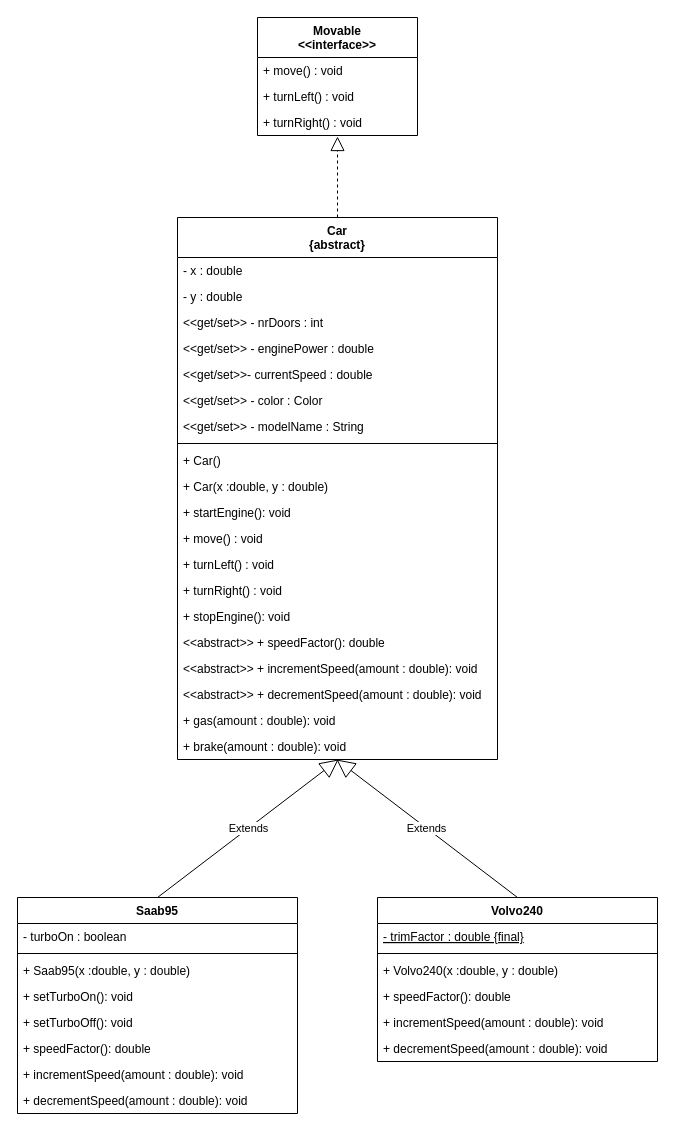
The draw.io diagram Diagram.3.drawio in EugeneDvoryankov/DIT953-lab1, before the edit. Source tidied: cells renumbered, new cells numbered last; positions are measured from the earlier drawing's top-left corner, leaving out a move shared by most shapes. Both pictures are drawn from the tidied source at 100%, with x=0, y=0 at pixel (17, 17).
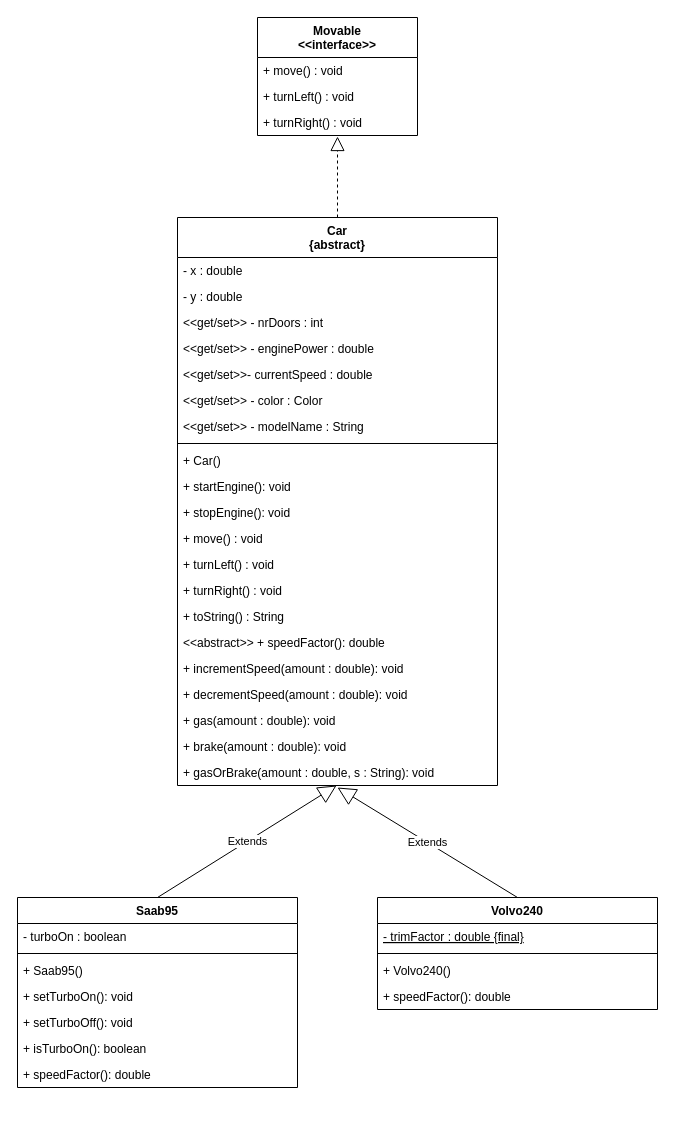
The same diagram, later.

The change refers to these unchanged cells:
```xml
<mxCell id="26" value="+ brake(amount : double): void" style="text;strokeColor=none;fillColor=none;align=left;verticalAlign=top;spacingLeft=4;spacingRight=4;overflow=hidden;points=[[0,0.5],[1,0.5]];portConstraint=eastwest;" parent="6" vertex="1">
  <mxGeometry y="516" width="320" height="26" as="geometry" />
</mxCell>
```

The edit, as a diff of the source:
```diff
@@
     <mxCell id="6" value="Car&#10;{abstract}&#10;" style="swimlane;fontStyle=1;align=center;verticalAlign=top;horizontal=1;startSize=40;" parent="1" vertex="1">
-      <mxGeometry x="160" y="200" width="320" height="542" as="geometry" />
+      <mxGeometry x="160" y="200" width="320" height="568" as="geometry" />
     </mxCell>
@@
-    <mxCell id="9" value="&lt;&lt;get/set&gt;&gt; - nrDoors : int" style="text;strokeColor=none;fillColor=none;align=left;verticalAlign=top;spacingLeft=4;spacingRight=4;overflow=hidden;" parent="6" vertex="1">
+    <mxCell id="9" value="&lt;&lt;get/set&gt;&gt; - nrDoors : int" style="text;strokeColor=none;fillColor=none;align=left;verticalAlign=top;spacingLeft=4;spacingRight=4;overflow=hidden;" parent="6" vertex="1">
       <mxGeometry y="92" width="320" height="26" as="geometry" />
     </mxCell>
-    <mxCell id="10" value="&lt;&lt;get/set&gt;&gt; - enginePower : double" style="text;strokeColor=none;fillColor=none;align=left;verticalAlign=top;spacingLeft=4;spacingRight=4;overflow=hidden;" parent="6" vertex="1">
+    <mxCell id="10" value="&lt;&lt;get/set&gt;&gt; - enginePower : double" style="text;strokeColor=none;fillColor=none;align=left;verticalAlign=top;spacingLeft=4;spacingRight=4;overflow=hidden;" parent="6" vertex="1">
       <mxGeometry y="118" width="320" height="26" as="geometry" />
     </mxCell>
@@
-    <mxCell id="16" value="+ Car(x :double, y : double)" style="text;strokeColor=none;fillColor=none;align=left;verticalAlign=top;spacingLeft=4;spacingRight=4;overflow=hidden;" parent="6" vertex="1">
-      <mxGeometry y="256" width="320" height="26" as="geometry" />
-    </mxCell>
     <mxCell id="17" value="+ startEngine(): void" style="text;strokeColor=none;fillColor=none;align=left;verticalAlign=top;spacingLeft=4;spacingRight=4;overflow=hidden;" parent="6" vertex="1">
-      <mxGeometry y="282" width="320" height="26" as="geometry" />
+      <mxGeometry y="256" width="320" height="26" as="geometry" />
     </mxCell>
+    <mxCell id="21" value="+ stopEngine(): void" style="text;strokeColor=none;fillColor=none;align=left;verticalAlign=top;spacingLeft=4;spacingRight=4;overflow=hidden;" parent="6" vertex="1">
+      <mxGeometry y="282" width="320" height="26" as="geometry" />
+    </mxCell>
@@
-    <mxCell id="21" value="+ stopEngine(): void" style="text;strokeColor=none;fillColor=none;align=left;verticalAlign=top;spacingLeft=4;spacingRight=4;overflow=hidden;" parent="6" vertex="1">
-      <mxGeometry y="386" width="320" height="26" as="geometry" />
-    </mxCell>
+    <mxCell id="46" value="+ toString() : String" style="text;strokeColor=none;fillColor=none;align=left;verticalAlign=top;spacingLeft=4;spacingRight=4;overflow=hidden;" parent="6" vertex="1">
+      <mxGeometry y="386" width="320" height="26" as="geometry" />
+    </mxCell>
@@
-    <mxCell id="23" value="&lt;&lt;abstract&gt;&gt; + incrementSpeed(amount : double): void" style="text;strokeColor=none;fillColor=none;align=left;verticalAlign=top;spacingLeft=4;spacingRight=4;overflow=hidden;" parent="6" vertex="1">
+    <mxCell id="23" value="+ incrementSpeed(amount : double): void" style="text;strokeColor=none;fillColor=none;align=left;verticalAlign=top;spacingLeft=4;spacingRight=4;overflow=hidden;" parent="6" vertex="1">
       <mxGeometry y="438" width="320" height="26" as="geometry" />
     </mxCell>
-    <mxCell id="24" value="&lt;&lt;abstract&gt;&gt; + decrementSpeed(amount : double): void" style="text;strokeColor=none;fillColor=none;align=left;verticalAlign=top;spacingLeft=4;spacingRight=4;overflow=hidden;" parent="6" vertex="1">
+    <mxCell id="24" value="+ decrementSpeed(amount : double): void" style="text;strokeColor=none;fillColor=none;align=left;verticalAlign=top;spacingLeft=4;spacingRight=4;overflow=hidden;" parent="6" vertex="1">
       <mxGeometry y="464" width="320" height="26" as="geometry" />
     </mxCell>
@@
+    <mxCell id="47" value="+ gasOrBrake(amount : double, s : String): void" style="text;strokeColor=none;fillColor=none;align=left;verticalAlign=top;spacingLeft=4;spacingRight=4;overflow=hidden;points=[[0,0.5],[1,0.5]];portConstraint=eastwest;" parent="6" vertex="1">
+      <mxGeometry y="542" width="320" height="26" as="geometry" />
+    </mxCell>
@@
     <mxCell id="28" value="Saab95" style="swimlane;fontStyle=1;align=center;verticalAlign=top;horizontal=1;startSize=26;" parent="1" vertex="1">
-      <mxGeometry y="880" width="280" height="216" as="geometry" />
+      <mxGeometry y="880" width="280" height="190" as="geometry" />
     </mxCell>
@@
-    <mxCell id="31" value="+ Saab95(x :double, y : double)" style="text;strokeColor=none;fillColor=none;align=left;verticalAlign=top;spacingLeft=4;spacingRight=4;overflow=hidden;" parent="28" vertex="1">
+    <mxCell id="31" value="+ Saab95()" style="text;strokeColor=none;fillColor=none;align=left;verticalAlign=top;spacingLeft=4;spacingRight=4;overflow=hidden;" parent="28" vertex="1">
       <mxGeometry y="60" width="280" height="26" as="geometry" />
     </mxCell>
@@
+    <mxCell id="48" value="+ isTurboOn(): boolean" style="text;strokeColor=none;fillColor=none;align=left;verticalAlign=top;spacingLeft=4;spacingRight=4;overflow=hidden;" parent="28" vertex="1">
+      <mxGeometry y="138" width="280" height="26" as="geometry" />
+    </mxCell>
     <mxCell id="34" value="+ speedFactor(): double" style="text;strokeColor=none;fillColor=none;align=left;verticalAlign=top;spacingLeft=4;spacingRight=4;overflow=hidden;" parent="28" vertex="1">
-      <mxGeometry y="138" width="280" height="26" as="geometry" />
+      <mxGeometry y="164" width="280" height="26" as="geometry" />
     </mxCell>
-    <mxCell id="35" value="+ incrementSpeed(amount : double): void" style="text;strokeColor=none;fillColor=none;align=left;verticalAlign=top;spacingLeft=4;spacingRight=4;overflow=hidden;" parent="28" vertex="1">
-      <mxGeometry y="164" width="280" height="26" as="geometry" />
-    </mxCell>
-    <mxCell id="36" value="+ decrementSpeed(amount : double): void" style="text;strokeColor=none;fillColor=none;align=left;verticalAlign=top;spacingLeft=4;spacingRight=4;overflow=hidden;" parent="28" vertex="1">
-      <mxGeometry y="190" width="280" height="26" as="geometry" />
-    </mxCell>
     <mxCell id="37" value="Volvo240" style="swimlane;fontStyle=1;align=center;verticalAlign=top;horizontal=1;startSize=26;" parent="1" vertex="1">
-      <mxGeometry x="360" y="880" width="280" height="164" as="geometry" />
+      <mxGeometry x="360" y="880" width="280" height="112" as="geometry" />
     </mxCell>
@@
-    <mxCell id="40" value="+ Volvo240(x :double, y : double)" style="text;strokeColor=none;fillColor=none;align=left;verticalAlign=top;spacingLeft=4;spacingRight=4;overflow=hidden;" parent="37" vertex="1">
+    <mxCell id="40" value="+ Volvo240()" style="text;strokeColor=none;fillColor=none;align=left;verticalAlign=top;spacingLeft=4;spacingRight=4;overflow=hidden;" parent="37" vertex="1">
       <mxGeometry y="60" width="280" height="26" as="geometry" />
     </mxCell>
@@
-    <mxCell id="42" value="+ incrementSpeed(amount : double): void" style="text;strokeColor=none;fillColor=none;align=left;verticalAlign=top;spacingLeft=4;spacingRight=4;overflow=hidden;" parent="37" vertex="1">
-      <mxGeometry y="112" width="280" height="26" as="geometry" />
-    </mxCell>
-    <mxCell id="43" value="+ decrementSpeed(amount : double): void" style="text;strokeColor=none;fillColor=none;align=left;verticalAlign=top;spacingLeft=4;spacingRight=4;overflow=hidden;" parent="37" vertex="1">
-      <mxGeometry y="138" width="280" height="26" as="geometry" />
-    </mxCell>
-    <mxCell id="44" value="Extends" style="endArrow=block;endSize=16;endFill=0;html=1;exitX=0.5;exitY=0;exitDx=0;exitDy=0;entryX=0.497;entryY=1;entryDx=0;entryDy=0;entryPerimeter=0;" parent="1" edge="1" source="37" target="26">
-      <mxGeometry relative="1" as="geometry" />
+    <mxCell id="44" value="Extends" style="endArrow=block;endSize=16;endFill=0;html=1;exitX=0.5;exitY=0;exitDx=0;exitDy=0;" parent="1" edge="1" source="37">
+      <mxGeometry relative="1" as="geometry">
+        <mxPoint x="320" y="770" as="targetPoint" />
+      </mxGeometry>
     </mxCell>
-    <mxCell id="45" value="Extends" style="endArrow=block;endSize=16;endFill=0;html=1;exitX=0.5;exitY=0;exitDx=0;exitDy=0;entryX=0.503;entryY=1;entryDx=0;entryDy=0;entryPerimeter=0;" parent="1" edge="1">
+    <mxCell id="45" value="Extends" style="endArrow=block;endSize=16;endFill=0;html=1;exitX=0.5;exitY=0;exitDx=0;exitDy=0;entryX=0.497;entryY=1;entryDx=0;entryDy=0;entryPerimeter=0;" parent="1" edge="1" target="47">
       <mxGeometry relative="1" as="geometry">
         <mxPoint x="140" y="880" as="sourcePoint" />
-        <mxPoint x="321" y="742" as="targetPoint" />
       </mxGeometry>
     </mxCell>
```
